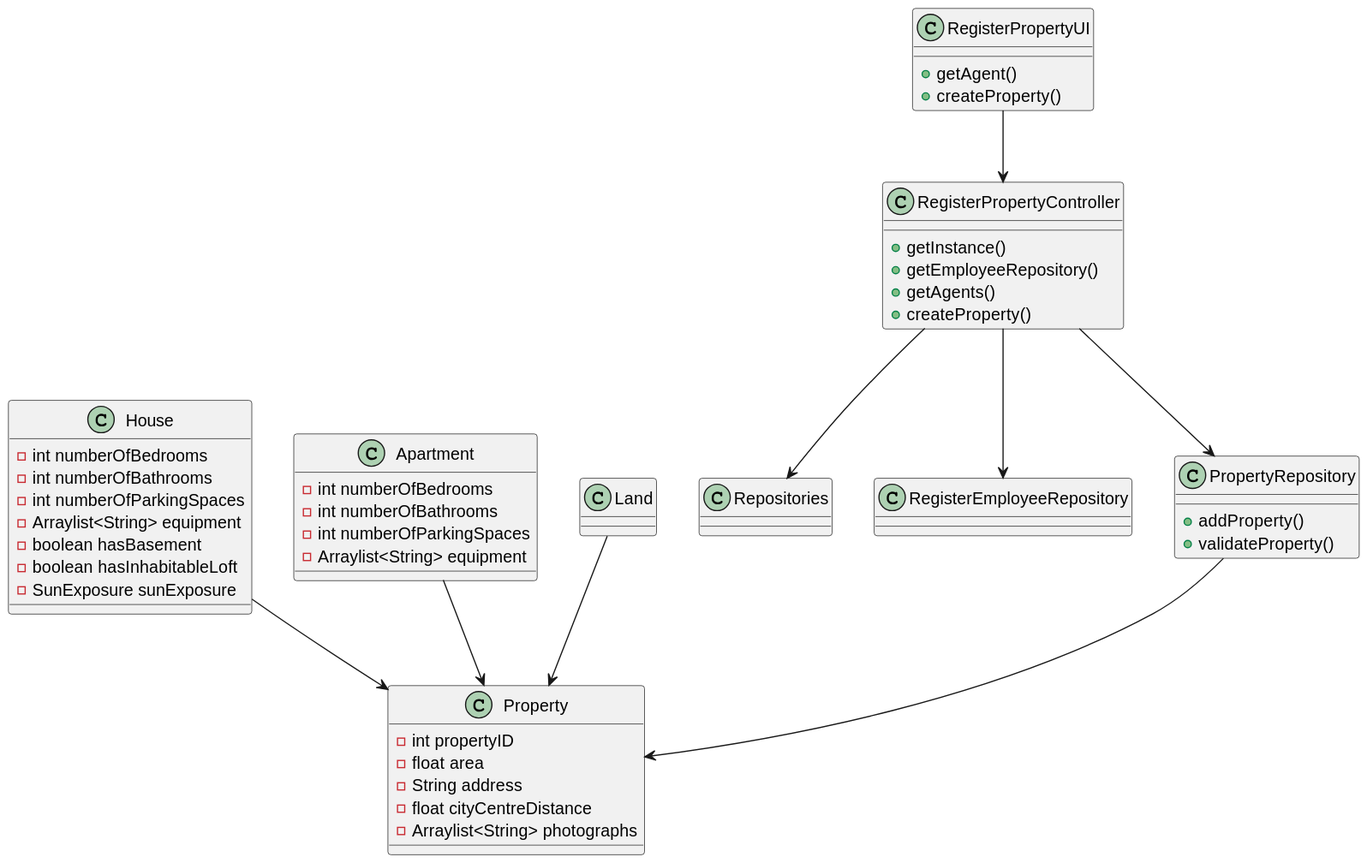
Above: docs/sprintB/US004/03.design/svg/US004-CD.svg in tiagohcorreia/LAPR2 (PlantUML), before the change. The source it was exported from:
```plantuml
@startuml
class Repositories{
}
class RegisterEmployeeRepository{
}
class Property{
    - int propertyID
    - float area
    - String address
    - float cityCentreDistance
    - Arraylist<String> photographs
}
class House{
    - int numberOfBedrooms
    - int numberOfBathrooms
    - int numberOfParkingSpaces
    - Arraylist<String> equipment
    - boolean hasBasement
    - boolean hasInhabitableLoft
    - SunExposure sunExposure
}
class Apartment{
    - int numberOfBedrooms
    - int numberOfBathrooms
    - int numberOfParkingSpaces
    - Arraylist<String> equipment
}
class Land{

}
class RegisterPropertyUI {
    + getAgent()
    + createProperty()

}

class RegisterPropertyController {
    + getInstance()
    + getEmployeeRepository()
    + getAgents()
    + createProperty()
}

class PropertyRepository {
    + addProperty()
    + validateProperty()
}


RegisterPropertyUI --> RegisterPropertyController
RegisterPropertyController --> Repositories
RegisterPropertyController --> RegisterEmployeeRepository
RegisterPropertyController --> PropertyRepository
PropertyRepository --> Property
House --> Property
Apartment --> Property
Land --> Property
@enduml
```
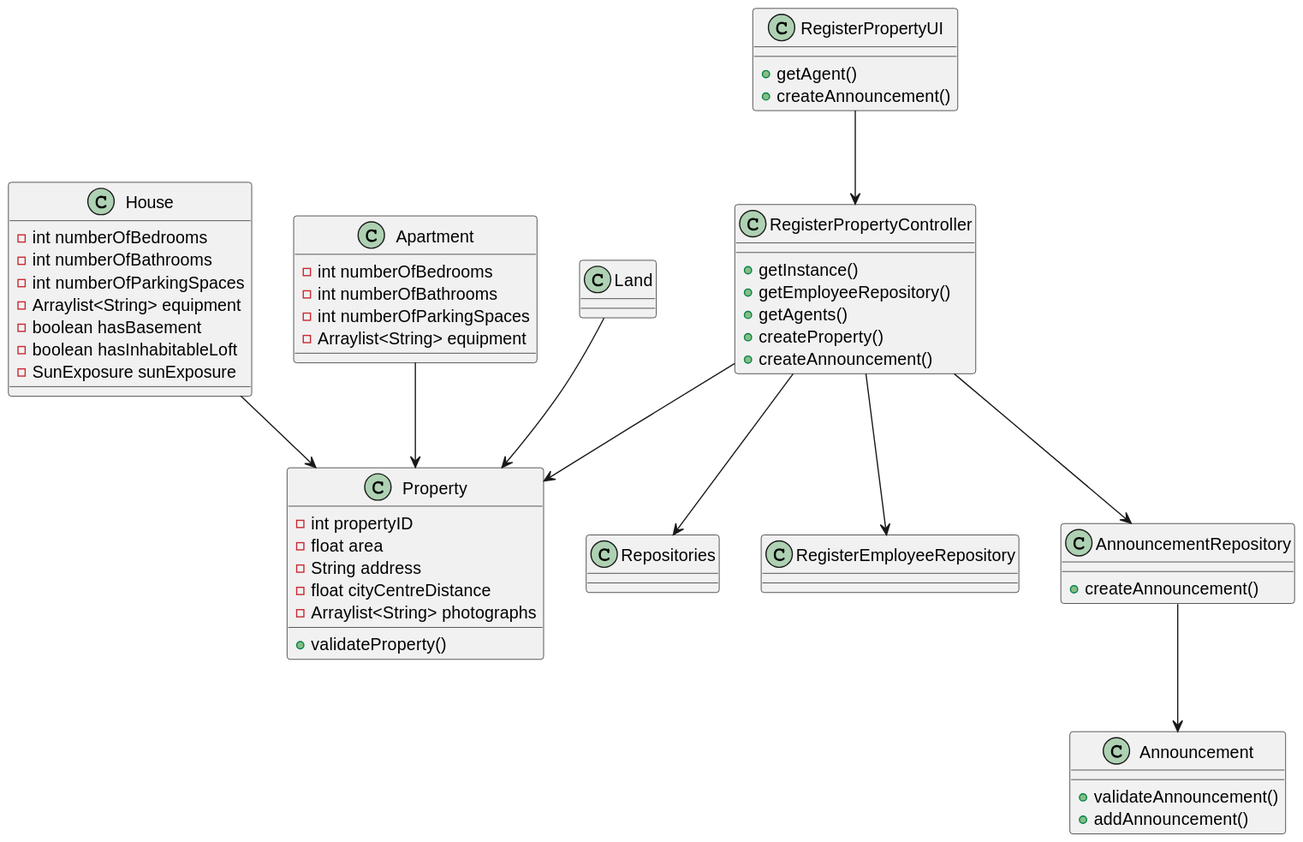
After the change.

What changed in the source:
```diff
@@ -2,6 +2,10 @@
 class Repositories{
 }
 class RegisterEmployeeRepository{
+}
+class Announcement{
+    + validateAnnouncement()
+    + addAnnouncement()
 }
 class Property{
     - int propertyID
@@ -9,6 +13,7 @@
     - String address
     - float cityCentreDistance
     - Arraylist<String> photographs
+    + validateProperty()
 }
 class House{
     - int numberOfBedrooms
@@ -30,7 +35,7 @@
 }
 class RegisterPropertyUI {
     + getAgent()
-    + createProperty()
+    + createAnnouncement()
 
 }
 
@@ -39,20 +44,22 @@
     + getEmployeeRepository()
     + getAgents()
     + createProperty()
+    + createAnnouncement()
 }
 
-class PropertyRepository {
-    + addProperty()
-    + validateProperty()
+class AnnouncementRepository {
+    + createAnnouncement()
 }
 
 
 RegisterPropertyUI --> RegisterPropertyController
 RegisterPropertyController --> Repositories
 RegisterPropertyController --> RegisterEmployeeRepository
-RegisterPropertyController --> PropertyRepository
-PropertyRepository --> Property
+RegisterPropertyController --> AnnouncementRepository
+RegisterPropertyController --> Property
+
 House --> Property
 Apartment --> Property
 Land --> Property
+AnnouncementRepository --> Announcement
 @enduml
```
